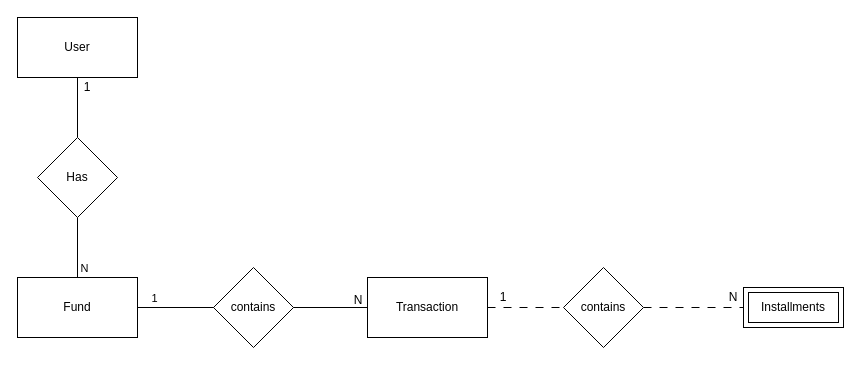
Earlier version of the draw.io diagram page "Página-2" (2 of 2) of docs/eFin.drawio (thavao/Fin). Source tidied: cells renumbered, new cells numbered last; positions are measured from the earlier drawing's top-left corner, leaving out a move shared by most shapes. Both pictures are drawn from the tidied source at 100%, with x=0, y=0 at pixel (17, 17).
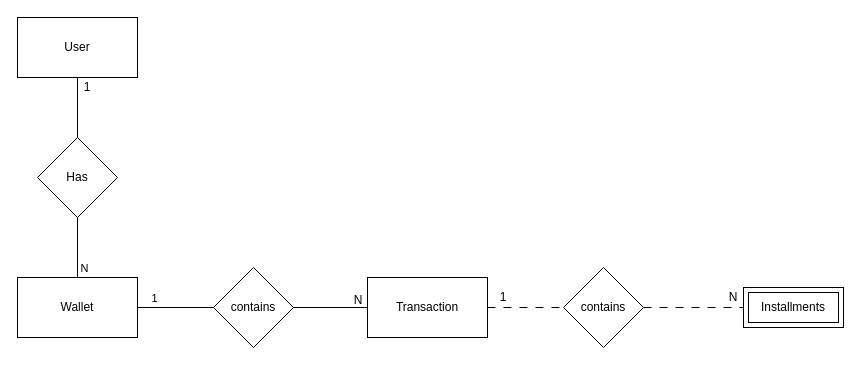
After the change.

The edit, as a diff of the source:
```diff
@@
-    <mxCell id="7" value="Fund" style="whiteSpace=wrap;html=1;" parent="1" vertex="1">
+    <mxCell id="7" value="Wallet" style="whiteSpace=wrap;html=1;" parent="1" vertex="1">
       <mxGeometry y="260" width="120" height="60" as="geometry" />
     </mxCell>
```
